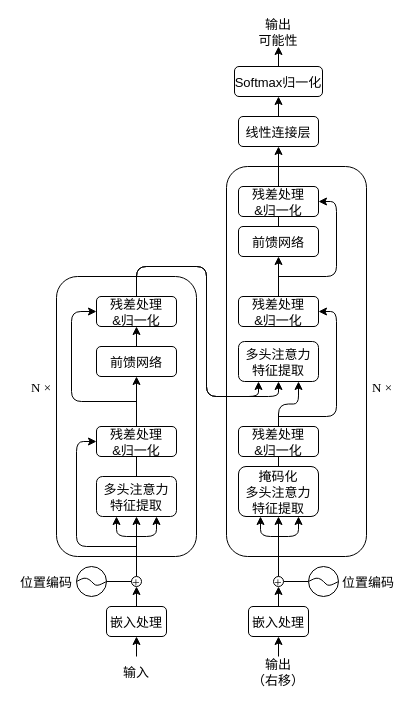
Before: Transformer.drawio in LiSoulSpace/GitBook, a draw.io diagram. Source tidied: cells renumbered, new cells numbered last; positions are measured from the earlier drawing's top-left corner, leaving out a move shared by most shapes. Both pictures are drawn from the tidied source at 100%, with x=0, y=0 at pixel (16, 16).
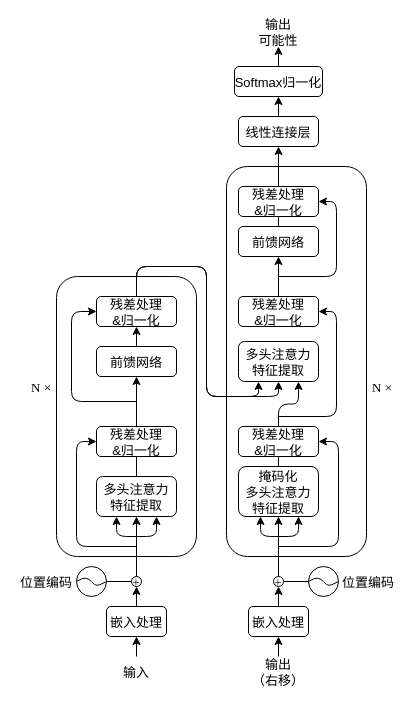
The same diagram, later.

The change refers to these unchanged cells:
```xml
<mxCell id="22" value="残差处理&#10;&amp;归一化" style="rounded=1;fontFamily=宋体;fontSize=13;" parent="1" vertex="1">
  <mxGeometry x="222" y="410" width="80" height="30" as="geometry" />
</mxCell>
```

What changed in the source:
```diff
@@
+    <mxCell id="59" style="endArrow=classic;html=1;rounded=1;entryX=1;entryY=0.5;entryDx=0;entryDy=0;" parent="1" edge="1" target="22">
+      <mxGeometry relative="1" as="geometry">
+        <mxPoint x="262" y="530" as="sourcePoint" />
+        <Array as="points">
+          <mxPoint x="322" y="530" />
+          <mxPoint x="322" y="425" />
+        </Array>
+      </mxGeometry>
+    </mxCell>
```
